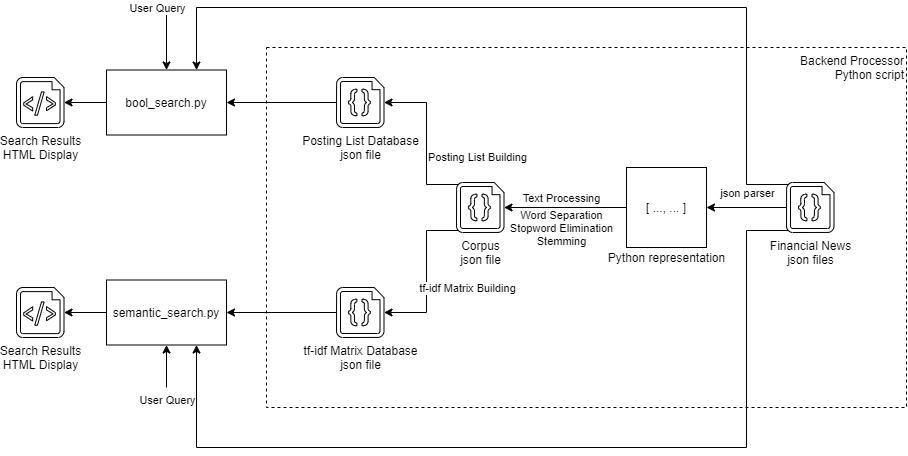
Before: Arch.png, a diagram exported from draw.io (USTChorusWeb2021/Exp1). Source tidied: cells renumbered, new cells last; positions are measured from the earlier drawing's top-left corner, leaving out a move shared by most shapes.
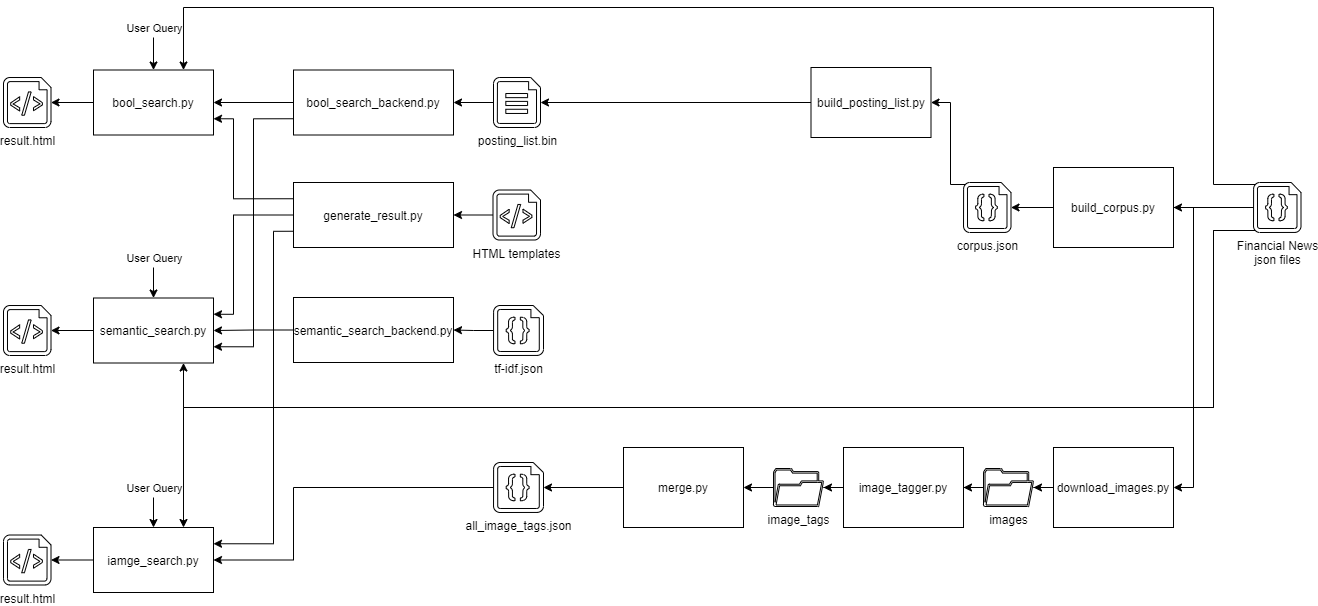
Above is the later version.

Commit message:
Update arch graph

Change to the diagram source:
```diff
@@ -4,5 +4,2 @@
     <mxCell id="1" parent="0" />
-    <mxCell id="2" value="Backend Processor&lt;br&gt;Python script" style="whiteSpace=wrap;html=1;labelBackgroundColor=none;dashed=1;align=right;verticalAlign=top;" parent="1" vertex="1">
-      <mxGeometry x="250" y="40" width="640" height="360" as="geometry" />
-    </mxCell>
     <mxCell id="3" style="edgeStyle=orthogonalEdgeStyle;rounded=0;jettySize=auto;html=1;exitX=0;exitY=0.5;exitDx=0;exitDy=0;exitPerimeter=0;entryX=1;entryY=0.5;entryDx=0;entryDy=0;" parent="1" edge="1" source="7" target="11">
@@ -10,7 +7,2 @@
     </mxCell>
-    <mxCell id="4" value="json parser" style="edgeLabel;html=1;align=center;verticalAlign=middle;labelBackgroundColor=none;" parent="3" vertex="1">
-      <mxGeometry x="-0.23" y="-1" relative="1" as="geometry">
-        <mxPoint x="-9" y="-14" as="offset" />
-      </mxGeometry>
-    </mxCell>
     <mxCell id="5" style="edgeStyle=orthogonalEdgeStyle;rounded=0;jettySize=auto;html=1;exitX=0.04;exitY=0.04;exitDx=0;exitDy=0;exitPerimeter=0;entryX=0.75;entryY=0;entryDx=0;entryDy=0;" parent="1" edge="1" source="7" target="26">
@@ -18,5 +10,5 @@
         <Array as="points">
-          <mxPoint x="730" y="177" />
-          <mxPoint x="730" />
-          <mxPoint x="180" />
+          <mxPoint x="770" y="177" />
+          <mxPoint x="770" />
+          <mxPoint x="-260" />
         </Array>
@@ -24,8 +16,9 @@
     </mxCell>
-    <mxCell id="6" style="edgeStyle=orthogonalEdgeStyle;rounded=0;jettySize=auto;html=1;exitX=0.04;exitY=0.96;exitDx=0;exitDy=0;exitPerimeter=0;entryX=0.75;entryY=1;entryDx=0;entryDy=0;" parent="1" edge="1" source="7" target="31">
+    <mxCell id="6" style="edgeStyle=orthogonalEdgeStyle;rounded=0;jettySize=auto;html=1;exitX=0.5;exitY=1;exitDx=0;exitDy=0;exitPerimeter=0;entryX=0.75;entryY=1;entryDx=0;entryDy=0;" parent="1" edge="1" source="7" target="31">
       <mxGeometry relative="1" as="geometry">
         <Array as="points">
-          <mxPoint x="730" y="223" />
-          <mxPoint x="730" y="440" />
-          <mxPoint x="180" y="440" />
+          <mxPoint x="834" y="223" />
+          <mxPoint x="770" y="223" />
+          <mxPoint x="770" y="400" />
+          <mxPoint x="-260" y="400" />
         </Array>
@@ -33,4 +26,21 @@
     </mxCell>
+    <mxCell id="32" style="edgeStyle=orthogonalEdgeStyle;rounded=0;jettySize=auto;html=1;exitX=0;exitY=0.5;exitDx=0;exitDy=0;exitPerimeter=0;startArrow=none;startFill=0;endArrow=classic;endFill=1;entryX=1;entryY=0.5;entryDx=0;entryDy=0;" parent="1" edge="1" source="7" target="56">
+      <mxGeometry relative="1" as="geometry">
+        <Array as="points">
+          <mxPoint x="750" y="200" />
+          <mxPoint x="750" y="480" />
+        </Array>
+      </mxGeometry>
+    </mxCell>
+    <mxCell id="33" style="edgeStyle=orthogonalEdgeStyle;rounded=0;jettySize=auto;html=1;exitX=0.04;exitY=0.96;exitDx=0;exitDy=0;exitPerimeter=0;entryX=0.75;entryY=0;entryDx=0;entryDy=0;startArrow=none;startFill=0;endArrow=classic;endFill=1;" parent="1" edge="1" source="7" target="54">
+      <mxGeometry relative="1" as="geometry">
+        <Array as="points">
+          <mxPoint x="770" y="223" />
+          <mxPoint x="770" y="400" />
+          <mxPoint x="-260" y="400" />
+        </Array>
+      </mxGeometry>
+    </mxCell>
-    <mxCell id="7" value="Financial News&lt;br&gt;json files" style="verticalLabelPosition=bottom;html=1;verticalAlign=top;align=center;shape=mxgraph.azure.code_file;fillColor=#FFFFFF;" parent="1" vertex="1">
-      <mxGeometry x="770" y="175" width="47.5" height="50" as="geometry" />
+    <mxCell id="7" value="Financial News&lt;br&gt;json files" style="verticalLabelPosition=bottom;html=1;verticalAlign=top;align=center;shape=mxgraph.azure.code_file;fillColor=#FFFFFF;strokeColor=#000000;" parent="1" vertex="1">
+      <mxGeometry x="810" y="175" width="47.5" height="50" as="geometry" />
     </mxCell>
@@ -39,61 +49,30 @@
     </mxCell>
-    <mxCell id="9" value="Text Processing" style="edgeLabel;html=1;align=center;verticalAlign=middle;labelBackgroundColor=none;" parent="8" vertex="1">
-      <mxGeometry x="0.3" y="1" relative="1" as="geometry">
-        <mxPoint x="14" y="-11" as="offset" />
-      </mxGeometry>
-    </mxCell>
-    <mxCell id="10" value="Word Separation&lt;br&gt;Stopword Elimination&lt;br&gt;Stemming" style="edgeLabel;html=1;align=center;verticalAlign=middle;labelBackgroundColor=none;" parent="8" vertex="1">
-      <mxGeometry x="-0.28" y="4" relative="1" as="geometry">
-        <mxPoint x="-22" y="16" as="offset" />
-      </mxGeometry>
-    </mxCell>
+    <mxCell id="34" style="edgeStyle=orthogonalEdgeStyle;rounded=0;jettySize=auto;html=1;endArrow=none;endFill=0;" parent="1" edge="1" source="11" target="7">
+      <mxGeometry relative="1" as="geometry" />
+    </mxCell>
-    <mxCell id="11" value="[ ..., ... ]" style="whiteSpace=wrap;html=1;" parent="1" vertex="1">
-      <mxGeometry x="610" y="160" width="80" height="80" as="geometry" />
+    <mxCell id="11" value="build_corpus.py" style="whiteSpace=wrap;html=1;" parent="1" vertex="1">
+      <mxGeometry x="610" y="160" width="120" height="80" as="geometry" />
     </mxCell>
-    <mxCell id="12" value="Python representation" style="text;html=1;align=center;verticalAlign=middle;strokeColor=none;" parent="1" vertex="1">
-      <mxGeometry x="585" y="240" width="130" height="20" as="geometry" />
-    </mxCell>
-    <mxCell id="13" style="edgeStyle=orthogonalEdgeStyle;rounded=0;jettySize=auto;html=1;exitX=0.04;exitY=0.04;exitDx=0;exitDy=0;exitPerimeter=0;entryX=1;entryY=0.5;entryDx=0;entryDy=0;entryPerimeter=0;" parent="1" edge="1" source="17" target="19">
-      <mxGeometry relative="1" as="geometry">
-        <Array as="points">
-          <mxPoint x="410" y="177" />
-          <mxPoint x="410" y="95" />
-        </Array>
-      </mxGeometry>
-    </mxCell>
-    <mxCell id="14" value="Posting List Building" style="edgeLabel;html=1;align=center;verticalAlign=middle;" parent="13" vertex="1">
-      <mxGeometry x="-0.27" y="-2" relative="1" as="geometry">
-        <mxPoint x="48" y="-2" as="offset" />
-      </mxGeometry>
-    </mxCell>
-    <mxCell id="15" style="edgeStyle=orthogonalEdgeStyle;rounded=0;jettySize=auto;html=1;exitX=0.04;exitY=0.96;exitDx=0;exitDy=0;exitPerimeter=0;entryX=1;entryY=0.5;entryDx=0;entryDy=0;entryPerimeter=0;" parent="1" edge="1" source="17" target="21">
-      <mxGeometry relative="1" as="geometry">
-        <Array as="points">
-          <mxPoint x="410" y="223" />
-          <mxPoint x="410" y="305" />
-        </Array>
-      </mxGeometry>
-    </mxCell>
-    <mxCell id="16" value="tf-idf Matrix Building" style="edgeLabel;html=1;align=center;verticalAlign=middle;" parent="15" vertex="1">
-      <mxGeometry x="0.27" y="-1" relative="1" as="geometry">
-        <mxPoint x="41" y="-10" as="offset" />
-      </mxGeometry>
-    </mxCell>
+    <mxCell id="35" style="edgeStyle=orthogonalEdgeStyle;rounded=0;jettySize=auto;html=1;exitX=0.04;exitY=0.04;exitDx=0;exitDy=0;exitPerimeter=0;entryX=1;entryY=0.5;entryDx=0;entryDy=0;endArrow=classic;endFill=1;" parent="1" edge="1" source="17" target="39">
+      <mxGeometry relative="1" as="geometry">
+        <Array as="points">
+          <mxPoint x="507" y="177" />
+          <mxPoint x="507" y="95" />
+        </Array>
+      </mxGeometry>
+    </mxCell>
-    <mxCell id="17" value="Corpus&lt;br&gt;json file" style="verticalLabelPosition=bottom;html=1;verticalAlign=top;align=center;shape=mxgraph.azure.code_file;fillColor=#FFFFFF;" parent="1" vertex="1">
-      <mxGeometry x="440" y="175" width="47.5" height="50" as="geometry" />
+    <mxCell id="17" value="corpus.json" style="verticalLabelPosition=bottom;html=1;verticalAlign=top;align=center;shape=mxgraph.azure.code_file;fillColor=#FFFFFF;strokeColor=#000000;" parent="1" vertex="1">
+      <mxGeometry x="520" y="175" width="47.5" height="50" as="geometry" />
     </mxCell>
-    <mxCell id="18" style="edgeStyle=orthogonalEdgeStyle;rounded=0;jettySize=auto;html=1;exitX=0;exitY=0.5;exitDx=0;exitDy=0;exitPerimeter=0;entryX=1;entryY=0.5;entryDx=0;entryDy=0;" parent="1" edge="1" source="19" target="26">
+    <mxCell id="18" style="edgeStyle=orthogonalEdgeStyle;rounded=0;jettySize=auto;html=1;exitX=0;exitY=0.5;exitDx=0;exitDy=0;exitPerimeter=0;entryX=1;entryY=0.5;entryDx=0;entryDy=0;" parent="1" edge="1" source="49" target="42">
       <mxGeometry relative="1" as="geometry" />
     </mxCell>
-    <mxCell id="19" value="Posting List Database&lt;br&gt;json file" style="verticalLabelPosition=bottom;html=1;verticalAlign=top;align=center;shape=mxgraph.azure.code_file;fillColor=#FFFFFF;" parent="1" vertex="1">
-      <mxGeometry x="320" y="70" width="47.5" height="50" as="geometry" />
-    </mxCell>
-    <mxCell id="20" style="edgeStyle=orthogonalEdgeStyle;rounded=0;jettySize=auto;html=1;exitX=0;exitY=0.5;exitDx=0;exitDy=0;exitPerimeter=0;entryX=1;entryY=0.5;entryDx=0;entryDy=0;" parent="1" edge="1" source="21" target="31">
-      <mxGeometry relative="1" as="geometry" />
-    </mxCell>
+    <mxCell id="36" style="edgeStyle=orthogonalEdgeStyle;rounded=0;jettySize=auto;html=1;exitX=0;exitY=0.5;exitDx=0;exitDy=0;exitPerimeter=0;entryX=1;entryY=0.5;entryDx=0;entryDy=0;startArrow=none;startFill=0;endArrow=classic;endFill=1;" parent="1" edge="1" source="21" target="51">
+      <mxGeometry relative="1" as="geometry" />
+    </mxCell>
-    <mxCell id="21" value="tf-idf Matrix Database&lt;br&gt;json file" style="verticalLabelPosition=bottom;html=1;verticalAlign=top;align=center;shape=mxgraph.azure.code_file;fillColor=#FFFFFF;" parent="1" vertex="1">
-      <mxGeometry x="320" y="280" width="47.5" height="50" as="geometry" />
+    <mxCell id="21" value="tf-idf.json" style="verticalLabelPosition=bottom;html=1;verticalAlign=top;align=center;shape=mxgraph.azure.code_file;fillColor=#FFFFFF;strokeColor=#000000;" parent="1" vertex="1">
+      <mxGeometry x="50" y="298" width="50" height="50" as="geometry" />
     </mxCell>
-    <mxCell id="22" value="Search Results&lt;br&gt;HTML Display" style="verticalLabelPosition=bottom;html=1;verticalAlign=top;align=center;shape=mxgraph.azure.script_file;fillColor=#FFFFFF;" parent="1" vertex="1">
-      <mxGeometry y="70" width="47.5" height="50" as="geometry" />
+    <mxCell id="22" value="result.html" style="verticalLabelPosition=bottom;html=1;verticalAlign=top;align=center;shape=mxgraph.azure.script_file;fillColor=#FFFFFF;strokeColor=#000000;" parent="1" vertex="1">
+      <mxGeometry x="-440" y="70" width="47.5" height="50" as="geometry" />
     </mxCell>
@@ -101,3 +80,3 @@
       <mxGeometry relative="1" as="geometry">
-        <mxPoint x="150" as="sourcePoint" />
+        <mxPoint x="-290" y="30" as="sourcePoint" />
       </mxGeometry>
@@ -106,3 +85,3 @@
       <mxGeometry x="-0.8" relative="1" as="geometry">
-        <mxPoint x="-10" y="-6" as="offset" />
+        <mxPoint y="-13" as="offset" />
       </mxGeometry>
@@ -113,10 +92,7 @@
     <mxCell id="26" value="bool_search.py" style="whiteSpace=wrap;html=1;verticalAlign=middle;" parent="1" vertex="1">
-      <mxGeometry x="90" y="62.5" width="120" height="65" as="geometry" />
+      <mxGeometry x="-350" y="62.5" width="120" height="65" as="geometry" />
     </mxCell>
-    <mxCell id="27" value="Search Results&lt;br&gt;HTML Display" style="verticalLabelPosition=bottom;html=1;verticalAlign=top;align=center;shape=mxgraph.azure.script_file;fillColor=#FFFFFF;shadow=0;sketch=0;" parent="1" vertex="1">
-      <mxGeometry y="280" width="47.5" height="50" as="geometry" />
-    </mxCell>
-    <mxCell id="28" style="edgeStyle=orthogonalEdgeStyle;rounded=0;jettySize=auto;html=1;entryX=0.5;entryY=1;entryDx=0;entryDy=0;" parent="1" edge="1" target="31">
+    <mxCell id="28" style="edgeStyle=orthogonalEdgeStyle;rounded=0;jettySize=auto;html=1;entryX=0.5;entryY=0;entryDx=0;entryDy=0;" parent="1" edge="1" target="31">
       <mxGeometry relative="1" as="geometry">
-        <mxPoint x="150" y="380" as="sourcePoint" />
+        <mxPoint x="-290" y="260" as="sourcePoint" />
       </mxGeometry>
@@ -125,11 +101,138 @@
       <mxGeometry x="-0.8" relative="1" as="geometry">
-        <mxPoint y="16" as="offset" />
+        <mxPoint y="-13" as="offset" />
       </mxGeometry>
     </mxCell>
-    <mxCell id="30" style="edgeStyle=orthogonalEdgeStyle;rounded=0;jettySize=auto;html=1;exitX=0;exitY=0.5;exitDx=0;exitDy=0;entryX=1;entryY=0.5;entryDx=0;entryDy=0;entryPerimeter=0;" parent="1" edge="1" source="31" target="27">
-      <mxGeometry relative="1" as="geometry" />
-    </mxCell>
+    <mxCell id="37" style="edgeStyle=orthogonalEdgeStyle;rounded=0;jettySize=auto;html=1;exitX=0;exitY=0.5;exitDx=0;exitDy=0;entryX=1;entryY=0.5;entryDx=0;entryDy=0;entryPerimeter=0;startArrow=none;startFill=0;endArrow=classic;endFill=1;" parent="1" edge="1" source="31" target="52">
+      <mxGeometry relative="1" as="geometry" />
+    </mxCell>
     <mxCell id="31" value="semantic_search.py" style="whiteSpace=wrap;html=1;verticalAlign=middle;" parent="1" vertex="1">
-      <mxGeometry x="90" y="272.5" width="120" height="65" as="geometry" />
+      <mxGeometry x="-350" y="290.5" width="120" height="65" as="geometry" />
     </mxCell>
+    <mxCell id="38" style="edgeStyle=orthogonalEdgeStyle;rounded=0;jettySize=auto;html=1;exitX=0;exitY=0.5;exitDx=0;exitDy=0;endArrow=classic;endFill=1;entryX=1;entryY=0.5;entryDx=0;entryDy=0;entryPerimeter=0;" parent="1" edge="1" source="39" target="49">
+      <mxGeometry relative="1" as="geometry" />
+    </mxCell>
+    <mxCell id="39" value="build_posting_list.py" style="whiteSpace=wrap;html=1;" parent="1" vertex="1">
+      <mxGeometry x="367.5" y="60" width="120" height="70" as="geometry" />
+    </mxCell>
+    <mxCell id="40" style="edgeStyle=orthogonalEdgeStyle;rounded=0;jettySize=auto;html=1;exitX=0;exitY=0.5;exitDx=0;exitDy=0;entryX=1;entryY=0.5;entryDx=0;entryDy=0;endArrow=classic;endFill=1;" parent="1" edge="1" source="42" target="26">
+      <mxGeometry relative="1" as="geometry" />
+    </mxCell>
+    <mxCell id="41" style="edgeStyle=orthogonalEdgeStyle;rounded=0;jettySize=auto;html=1;exitX=0;exitY=0.75;exitDx=0;exitDy=0;entryX=1;entryY=0.75;entryDx=0;entryDy=0;startArrow=none;startFill=0;endArrow=classic;endFill=1;" parent="1" edge="1" source="42" target="31">
+      <mxGeometry relative="1" as="geometry">
+        <Array as="points">
+          <mxPoint x="-190" y="111" />
+          <mxPoint x="-190" y="339" />
+        </Array>
+      </mxGeometry>
+    </mxCell>
+    <mxCell id="42" value="bool_search_backend.py" style="whiteSpace=wrap;html=1;verticalAlign=middle;" parent="1" vertex="1">
+      <mxGeometry x="-150" y="62.5" width="160" height="65" as="geometry" />
+    </mxCell>
+    <mxCell id="43" style="edgeStyle=orthogonalEdgeStyle;rounded=0;jettySize=auto;html=1;exitX=0;exitY=0.25;exitDx=0;exitDy=0;entryX=1;entryY=0.75;entryDx=0;entryDy=0;startArrow=none;startFill=0;endArrow=classic;endFill=1;" parent="1" edge="1" source="46" target="26">
+      <mxGeometry relative="1" as="geometry">
+        <Array as="points">
+          <mxPoint x="-210" y="191" />
+          <mxPoint x="-210" y="111" />
+        </Array>
+      </mxGeometry>
+    </mxCell>
+    <mxCell id="44" style="edgeStyle=orthogonalEdgeStyle;rounded=0;jettySize=auto;html=1;exitX=0;exitY=0.5;exitDx=0;exitDy=0;entryX=1;entryY=0.25;entryDx=0;entryDy=0;startArrow=none;startFill=0;endArrow=classic;endFill=1;" parent="1" edge="1" source="46" target="31">
+      <mxGeometry relative="1" as="geometry">
+        <Array as="points">
+          <mxPoint x="-210" y="207" />
+          <mxPoint x="-210" y="307" />
+        </Array>
+      </mxGeometry>
+    </mxCell>
+    <mxCell id="45" style="edgeStyle=orthogonalEdgeStyle;rounded=0;jettySize=auto;html=1;exitX=0;exitY=0.75;exitDx=0;exitDy=0;entryX=1;entryY=0.25;entryDx=0;entryDy=0;startArrow=none;startFill=0;endArrow=classic;endFill=1;" parent="1" edge="1" source="46" target="54">
+      <mxGeometry relative="1" as="geometry">
+        <Array as="points">
+          <mxPoint x="-170" y="224" />
+          <mxPoint x="-170" y="536" />
+        </Array>
+      </mxGeometry>
+    </mxCell>
+    <mxCell id="46" value="generate_result.py" style="whiteSpace=wrap;html=1;verticalAlign=middle;" parent="1" vertex="1">
+      <mxGeometry x="-150" y="175" width="160" height="65" as="geometry" />
+    </mxCell>
+    <mxCell id="47" style="edgeStyle=orthogonalEdgeStyle;rounded=0;jettySize=auto;html=1;exitX=0;exitY=0.5;exitDx=0;exitDy=0;exitPerimeter=0;endArrow=classic;endFill=1;" parent="1" edge="1" source="48">
+      <mxGeometry relative="1" as="geometry">
+        <mxPoint x="10" y="208" as="targetPoint" />
+      </mxGeometry>
+    </mxCell>
+    <mxCell id="48" value="HTML templates" style="verticalLabelPosition=bottom;html=1;verticalAlign=top;align=center;shape=mxgraph.azure.script_file;fillColor=#FFFFFF;strokeColor=#000000;" parent="1" vertex="1">
+      <mxGeometry x="49.5" y="182.5" width="47.5" height="50" as="geometry" />
+    </mxCell>
+    <mxCell id="49" value="posting_list.bin&lt;br&gt;" style="shadow=0;dashed=0;html=1;labelPosition=center;verticalLabelPosition=bottom;verticalAlign=top;align=center;shape=mxgraph.azure.file;fillColor=#FFFFFF;strokeColor=#000000;" parent="1" vertex="1">
+      <mxGeometry x="50" y="70" width="47" height="50" as="geometry" />
+    </mxCell>
+    <mxCell id="50" style="edgeStyle=orthogonalEdgeStyle;rounded=0;jettySize=auto;html=1;exitX=0;exitY=0.5;exitDx=0;exitDy=0;entryX=1;entryY=0.5;entryDx=0;entryDy=0;startArrow=none;startFill=0;endArrow=classic;endFill=1;" parent="1" edge="1" source="51" target="31">
+      <mxGeometry relative="1" as="geometry" />
+    </mxCell>
+    <mxCell id="51" value="semantic_search_backend.py" style="whiteSpace=wrap;html=1;verticalAlign=middle;" parent="1" vertex="1">
+      <mxGeometry x="-150" y="290" width="160" height="65" as="geometry" />
+    </mxCell>
+    <mxCell id="52" value="result.html" style="verticalLabelPosition=bottom;html=1;verticalAlign=top;align=center;shape=mxgraph.azure.script_file;fillColor=#FFFFFF;strokeColor=#000000;" parent="1" vertex="1">
+      <mxGeometry x="-440" y="298" width="47.5" height="50" as="geometry" />
+    </mxCell>
+    <mxCell id="53" style="edgeStyle=orthogonalEdgeStyle;rounded=0;jettySize=auto;html=1;exitX=0;exitY=0.5;exitDx=0;exitDy=0;entryX=1;entryY=0.5;entryDx=0;entryDy=0;entryPerimeter=0;startArrow=none;startFill=0;endArrow=classic;endFill=1;" parent="1" edge="1" source="54" target="57">
+      <mxGeometry relative="1" as="geometry" />
+    </mxCell>
+    <mxCell id="54" value="iamge_search.py" style="whiteSpace=wrap;html=1;verticalAlign=middle;" parent="1" vertex="1">
+      <mxGeometry x="-350" y="520" width="120" height="65" as="geometry" />
+    </mxCell>
+    <mxCell id="55" style="edgeStyle=orthogonalEdgeStyle;rounded=0;jettySize=auto;html=1;exitX=0;exitY=0.5;exitDx=0;exitDy=0;startArrow=none;startFill=0;endArrow=classic;endFill=1;" parent="1" edge="1" source="56" target="58">
+      <mxGeometry relative="1" as="geometry" />
+    </mxCell>
+    <mxCell id="56" value="download_images.py" style="whiteSpace=wrap;html=1;" parent="1" vertex="1">
+      <mxGeometry x="610" y="440" width="120" height="80" as="geometry" />
+    </mxCell>
+    <mxCell id="57" value="result.html" style="verticalLabelPosition=bottom;html=1;verticalAlign=top;align=center;shape=mxgraph.azure.script_file;fillColor=#FFFFFF;strokeColor=#000000;" parent="1" vertex="1">
+      <mxGeometry x="-440" y="527.5" width="47.5" height="50" as="geometry" />
+    </mxCell>
+    <mxCell id="58" value="images" style="shadow=0;dashed=0;html=1;labelPosition=center;verticalLabelPosition=bottom;verticalAlign=top;align=center;outlineConnect=0;shape=mxgraph.vvd.folder;sketch=0;fillColor=#FFFFFF;strokeColor=#000000;" parent="1" vertex="1">
+      <mxGeometry x="540" y="461" width="50" height="38" as="geometry" />
+    </mxCell>
+    <mxCell id="59" style="edgeStyle=orthogonalEdgeStyle;rounded=0;jettySize=auto;html=1;startArrow=none;startFill=0;endArrow=classic;endFill=1;entryX=1;entryY=0.5;entryDx=0;entryDy=0;" parent="1" edge="1" source="58" target="61">
+      <mxGeometry relative="1" as="geometry" />
+    </mxCell>
+    <mxCell id="60" style="edgeStyle=orthogonalEdgeStyle;rounded=0;jettySize=auto;html=1;exitX=0;exitY=0.5;exitDx=0;exitDy=0;startArrow=none;startFill=0;endArrow=classic;endFill=1;" parent="1" edge="1" source="61" target="62">
+      <mxGeometry relative="1" as="geometry" />
+    </mxCell>
+    <mxCell id="61" value="image_tagger.py" style="whiteSpace=wrap;html=1;" parent="1" vertex="1">
+      <mxGeometry x="400" y="440" width="120" height="80" as="geometry" />
+    </mxCell>
+    <mxCell id="62" value="image_tags" style="shadow=0;dashed=0;html=1;labelPosition=center;verticalLabelPosition=bottom;verticalAlign=top;align=center;outlineConnect=0;shape=mxgraph.vvd.folder;sketch=0;fillColor=#FFFFFF;strokeColor=#000000;" parent="1" vertex="1">
+      <mxGeometry x="330" y="461" width="50" height="38" as="geometry" />
+    </mxCell>
+    <mxCell id="63" style="edgeStyle=orthogonalEdgeStyle;rounded=0;jettySize=auto;html=1;exitX=0;exitY=0.5;exitDx=0;exitDy=0;exitPerimeter=0;entryX=1;entryY=0.5;entryDx=0;entryDy=0;startArrow=none;startFill=0;endArrow=classic;endFill=1;" parent="1" edge="1" source="64" target="54">
+      <mxGeometry relative="1" as="geometry">
+        <Array as="points">
+          <mxPoint x="-150" y="480" />
+          <mxPoint x="-150" y="553" />
+        </Array>
+      </mxGeometry>
+    </mxCell>
+    <mxCell id="64" value="all_image_tags.json" style="verticalLabelPosition=bottom;html=1;verticalAlign=top;align=center;shape=mxgraph.azure.code_file;fillColor=#FFFFFF;strokeColor=#000000;" parent="1" vertex="1">
+      <mxGeometry x="50" y="455" width="50" height="50" as="geometry" />
+    </mxCell>
+    <mxCell id="65" style="edgeStyle=orthogonalEdgeStyle;rounded=0;jettySize=auto;html=1;startArrow=none;startFill=0;endArrow=classic;endFill=1;entryX=1;entryY=0.5;entryDx=0;entryDy=0;" parent="1" edge="1" source="62" target="67">
+      <mxGeometry relative="1" as="geometry" />
+    </mxCell>
+    <mxCell id="66" style="edgeStyle=orthogonalEdgeStyle;rounded=0;jettySize=auto;html=1;exitX=0;exitY=0.5;exitDx=0;exitDy=0;entryX=1;entryY=0.5;entryDx=0;entryDy=0;entryPerimeter=0;startArrow=none;startFill=0;endArrow=classic;endFill=1;" parent="1" edge="1" source="67" target="64">
+      <mxGeometry relative="1" as="geometry" />
+    </mxCell>
+    <mxCell id="67" value="merge.py" style="whiteSpace=wrap;html=1;" parent="1" vertex="1">
+      <mxGeometry x="180" y="440" width="120" height="80" as="geometry" />
+    </mxCell>
+    <mxCell id="68" style="edgeStyle=orthogonalEdgeStyle;rounded=0;jettySize=auto;html=1;entryX=0.5;entryY=0;entryDx=0;entryDy=0;" parent="1" edge="1" target="54">
+      <mxGeometry relative="1" as="geometry">
+        <mxPoint x="-290" y="490" as="sourcePoint" />
+      </mxGeometry>
+    </mxCell>
+    <mxCell id="69" value="User Query" style="edgeLabel;html=1;align=center;verticalAlign=middle;" parent="68" vertex="1">
+      <mxGeometry x="-0.8" relative="1" as="geometry">
+        <mxPoint y="-13" as="offset" />
+      </mxGeometry>
+    </mxCell>
   </root>
```
